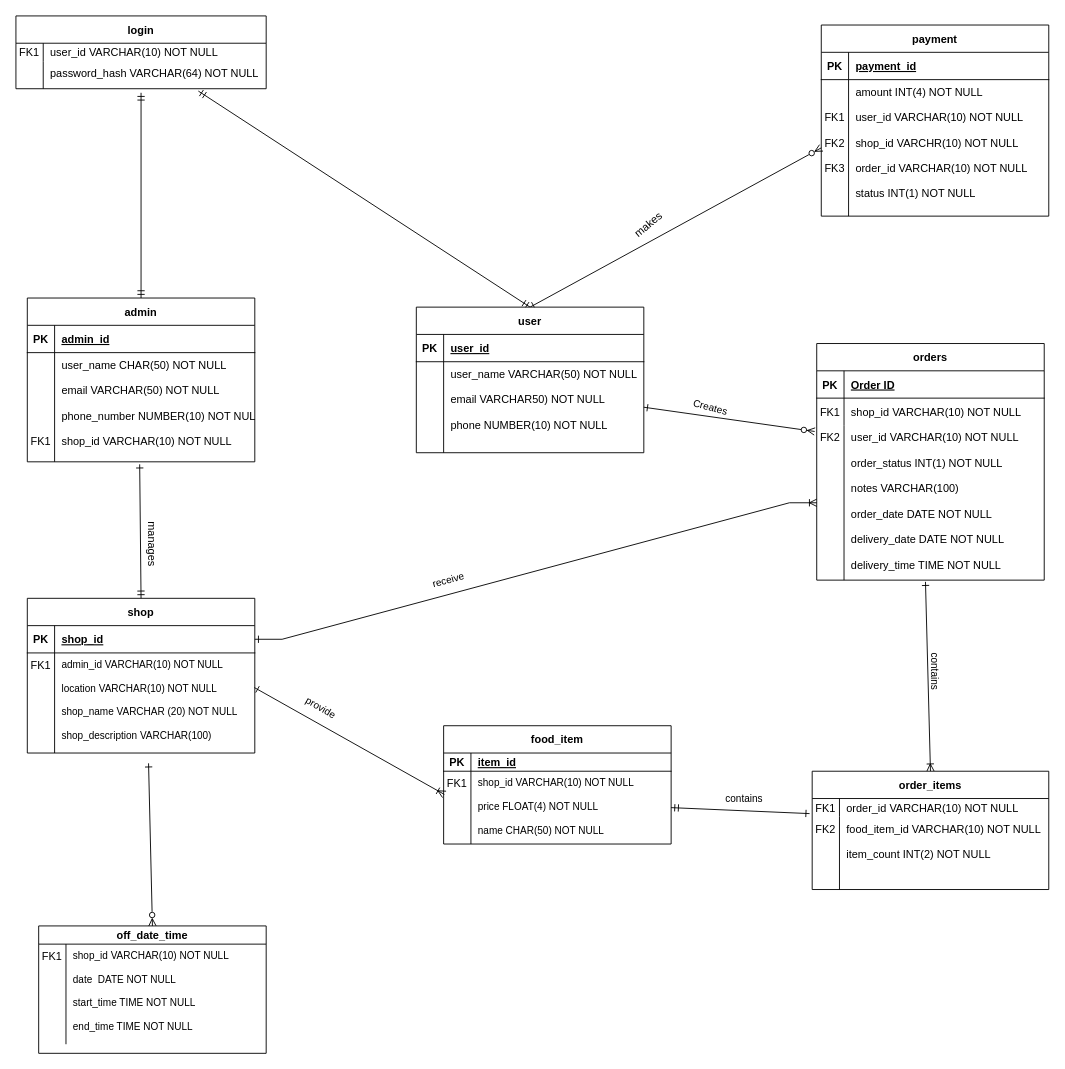
Before: Documentation/ERD.drawio in Adhokshaja73/Fast-Food, a draw.io diagram. Source tidied: cells renumbered, new cells numbered last; positions are measured from the earlier drawing's top-left corner, leaving out a move shared by most shapes. Both pictures are drawn from the tidied source at 91%, with x=0, y=0 at pixel (15, 15).
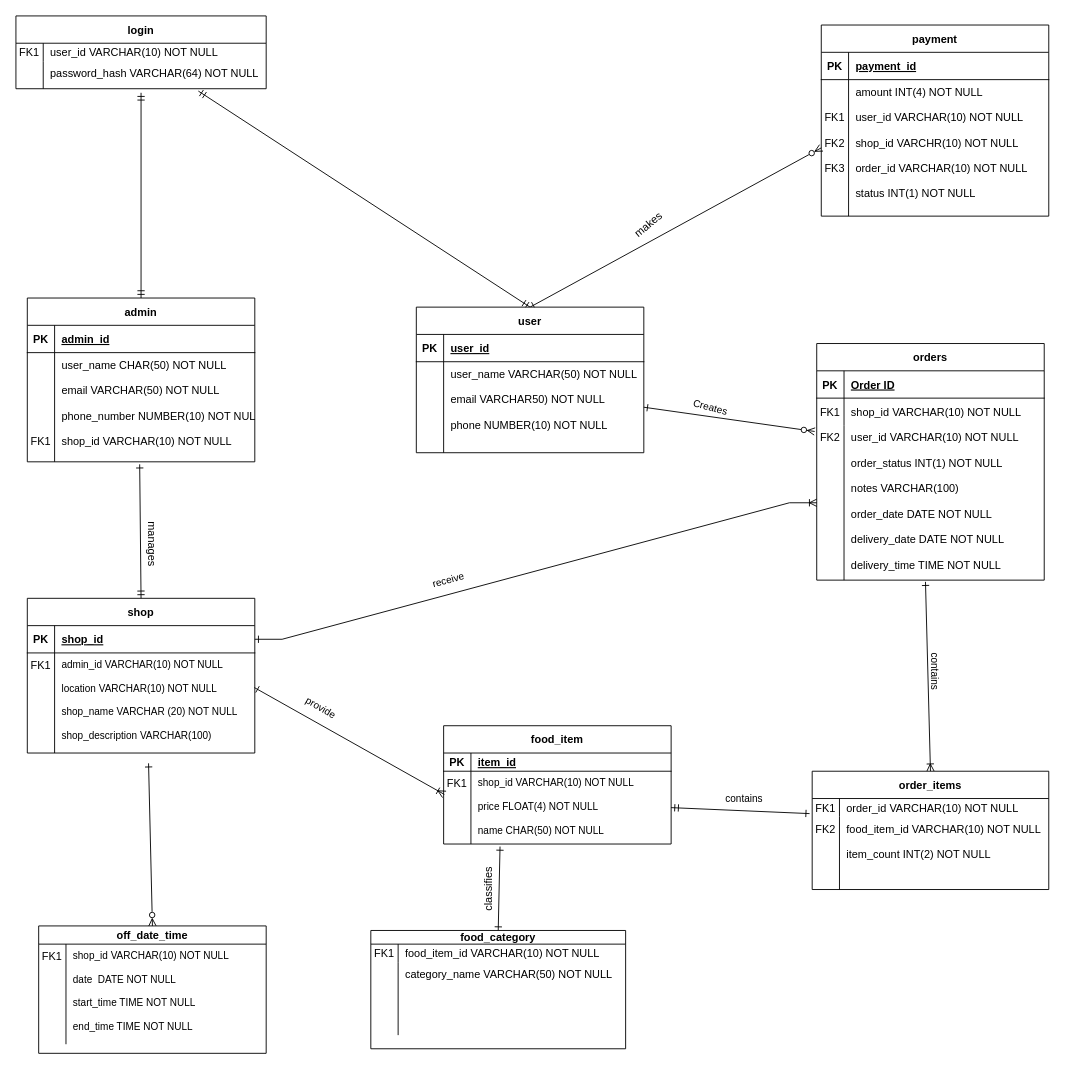
After the change.

The change refers to these unchanged cells:
```xml
<mxCell id="37" style="shape=partialRectangle;fillColor=none;points=[[0,0.5],[1,0.5]];portConstraint=eastwest;top=0;left=0;right=0;bottom=0;" parent="33" vertex="1">
  <mxGeometry y="50" width="250" height="80" as="geometry" />
</mxCell>
```

Change to the diagram source:
```diff
@@
+    <mxCell id="82" style="rounded=0;jettySize=auto;html=1;exitX=0.5;exitY=0;exitDx=0;exitDy=0;entryX=0.248;entryY=1.035;entryDx=0;entryDy=0;entryPerimeter=0;endArrow=ERone;endFill=0;startArrow=ERone;startFill=0;" parent="1" edge="1" source="83" target="37">
+      <mxGeometry relative="1" as="geometry" />
+    </mxCell>
+    <mxCell id="83" value="food_category" style="shape=table;startSize=15;childLayout=tableLayout;rowLines=0;fontStyle=1;align=center;" parent="1" vertex="1">
+      <mxGeometry x="390" y="1005" width="280" height="130" as="geometry" />
+    </mxCell>
+    <mxCell id="84" style="shape=partialRectangle;fillColor=none;top=0;left=0;right=0;bottom=0;" parent="83" vertex="1">
+      <mxGeometry y="15" width="280" height="20" as="geometry" />
+    </mxCell>
+    <mxCell id="85" value="FK1" style="shape=partialRectangle;overflow=hidden;fillColor=none;top=0;left=0;bottom=0;right=0;" parent="84" vertex="1">
+      <mxGeometry width="30" height="20" as="geometry" />
+    </mxCell>
+    <mxCell id="86" value="food_item_id VARCHAR(10) NOT NULL" style="shape=partialRectangle;overflow=hidden;fillColor=none;top=0;left=0;bottom=0;right=0;align=left;spacingLeft=6;" parent="84" vertex="1">
+      <mxGeometry x="30" width="250" height="20" as="geometry" />
+    </mxCell>
+    <mxCell id="87" style="shape=partialRectangle;fillColor=none;top=0;left=0;right=0;bottom=0;" parent="83" vertex="1">
+      <mxGeometry y="35" width="280" height="80" as="geometry" />
+    </mxCell>
+    <mxCell id="88" style="shape=partialRectangle;overflow=hidden;fillColor=none;top=0;left=0;bottom=0;right=0;verticalAlign=top;" parent="87" vertex="1">
+      <mxGeometry width="30" height="80" as="geometry" />
+    </mxCell>
+    <mxCell id="89" value="category_name VARCHAR(50) NOT NULL" style="shape=partialRectangle;overflow=hidden;fillColor=none;top=0;left=0;bottom=0;right=0;align=left;spacingLeft=6;verticalAlign=top;" parent="87" vertex="1">
+      <mxGeometry x="30" width="250" height="80" as="geometry" />
+    </mxCell>
+    <mxCell id="90" value="classifies" style="text;html=1;align=center;verticalAlign=middle;strokeColor=none;fillColor=none;rotation=-90;" parent="1" vertex="1">
+      <mxGeometry x="490" y="950" width="60" height="20" as="geometry" />
+    </mxCell>
```
